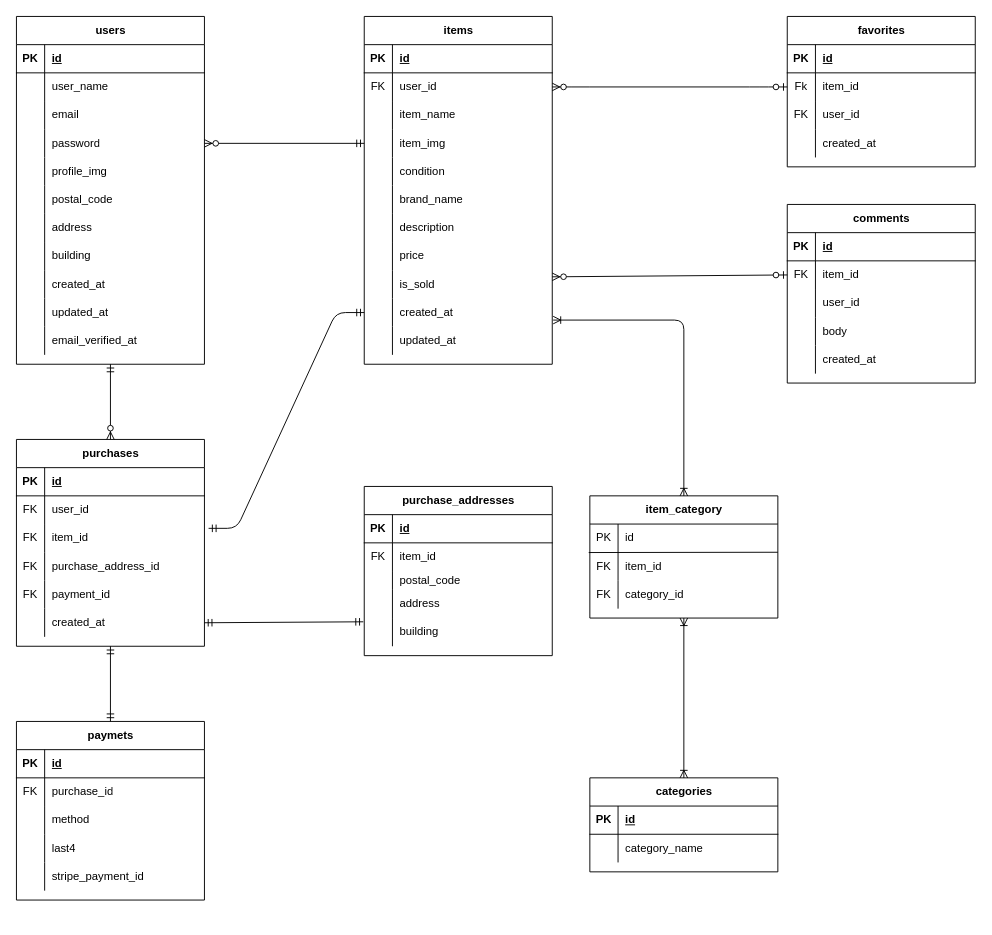
This is flea-market-app.dio from hosokawauso/flea-market-app, a draw.io file, before an edit. Source tidied: cells renumbered, new cells numbered last; positions are measured from the earlier drawing's top-left corner, leaving out a move shared by most shapes. Both pictures are drawn from the tidied source at 94%, with x=0, y=0 at pixel (16, 16).
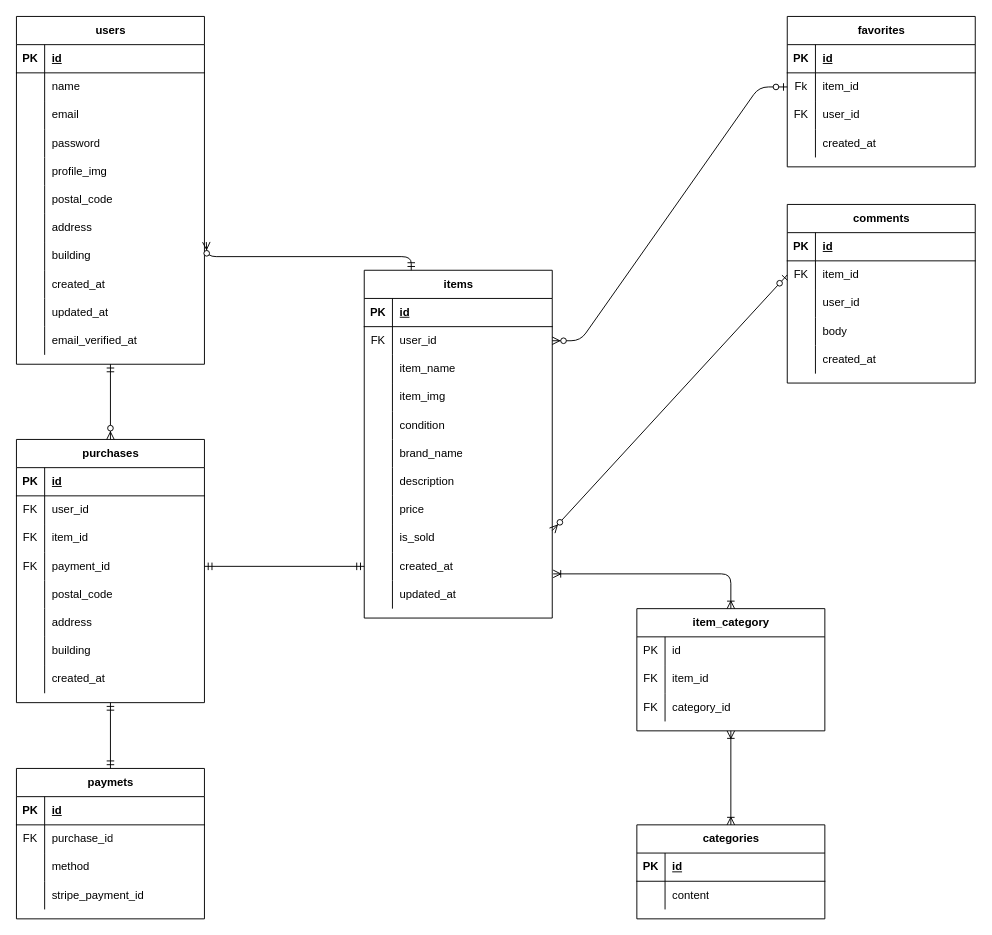
Above is the later version.

The change refers to these unchanged cells:
```xml
<mxCell id="22" style="shape=tableRow;horizontal=0;startSize=0;swimlaneHead=0;swimlaneBody=0;fillColor=none;top=0;left=0;right=0;bottom=0;" parent="18" vertex="1">
  <mxGeometry y="60" width="200" height="30" as="geometry" />
</mxCell>
<mxCell id="29" style="shape=tableRow;horizontal=0;startSize=0;swimlaneHead=0;swimlaneBody=0;fillColor=none;top=0;left=0;right=0;bottom=0;" parent="25" vertex="1">
  <mxGeometry y="60" width="200" height="30" as="geometry" />
</mxCell>
<mxCell id="35" style="shape=tableRow;horizontal=0;startSize=0;swimlaneHead=0;swimlaneBody=0;fillColor=none;points=[[0,0.5],[1,0.5]];portConstraint=eastwest;top=0;left=0;right=0;bottom=0;" parent="25" vertex="1">
  <mxGeometry y="120" width="200" height="30" as="geometry" />
</mxCell>
<mxCell id="108" style="shape=tableRow;horizontal=0;startSize=0;swimlaneHead=0;swimlaneBody=0;fillColor=none;points=[[0,0.5],[1,0.5]];portConstraint=eastwest;top=0;left=0;right=0;bottom=0;" parent="104" vertex="1">
  <mxGeometry y="60" width="200" height="30" as="geometry" />
</mxCell>
<mxCell id="124" style="shape=tableRow;horizontal=0;startSize=0;swimlaneHead=0;swimlaneBody=0;fillColor=none;points=[[0,0.5],[1,0.5]];portConstraint=eastwest;top=0;left=0;right=0;bottom=0;" parent="114" vertex="1">
  <mxGeometry y="120" width="200" height="30" as="geometry" />
</mxCell>
<mxCell id="142" style="shape=tableRow;horizontal=0;startSize=0;swimlaneHead=0;swimlaneBody=0;fillColor=none;points=[[0,0.5],[1,0.5]];portConstraint=eastwest;top=0;left=0;right=0;bottom=0;" parent="114" vertex="1">
  <mxGeometry y="300" width="200" height="30" as="geometry" />
</mxCell>
<mxCell id="155" style="shape=tableRow;horizontal=0;startSize=0;swimlaneHead=0;swimlaneBody=0;fillColor=none;points=[[0,0.5],[1,0.5]];portConstraint=eastwest;top=0;left=0;right=0;bottom=0;" parent="148" vertex="1">
  <mxGeometry y="90" width="200" height="30" as="geometry" />
</mxCell>
```

Diff of the diagram source:
```diff
@@
     <mxCell id="2" value="paymets" style="shape=table;startSize=30;childLayout=tableLayout;rowLines=0;fontStyle=1;align=center;html=1;" parent="1" vertex="1">
-      <mxGeometry y="750" width="200" height="190" as="geometry" />
+      <mxGeometry y="800" width="200" height="160" as="geometry" />
     </mxCell>
@@
-    <mxCell id="12" style="shape=tableRow;horizontal=0;startSize=0;swimlaneHead=0;swimlaneBody=0;fillColor=none;top=0;left=0;right=0;bottom=0;" parent="2" vertex="1">
-      <mxGeometry y="120" width="200" height="30" as="geometry" />
-    </mxCell>
-    <mxCell id="13" style="shape=partialRectangle;fillColor=none;top=0;left=0;bottom=0;right=0;overflow=hidden;whiteSpace=wrap;html=1;" parent="12" vertex="1">
-      <mxGeometry width="30" height="30" as="geometry" />
-    </mxCell>
-    <mxCell id="14" value="last4" style="shape=partialRectangle;fillColor=none;top=0;left=0;bottom=0;right=0;align=left;spacingLeft=6;overflow=hidden;whiteSpace=wrap;html=1;" parent="12" vertex="1">
-      <mxGeometry x="30" width="170" height="30" as="geometry" />
-    </mxCell>
     <mxCell id="15" style="shape=tableRow;horizontal=0;startSize=0;swimlaneHead=0;swimlaneBody=0;fillColor=none;top=0;left=0;right=0;bottom=0;" parent="2" vertex="1">
-      <mxGeometry y="150" width="200" height="30" as="geometry" />
+      <mxGeometry y="120" width="200" height="30" as="geometry" />
     </mxCell>
@@
     <mxCell id="18" value="categories" style="shape=table;startSize=30;childLayout=tableLayout;rowLines=0;fontStyle=1;align=center;html=1;" parent="1" vertex="1">
-      <mxGeometry x="610" y="810" width="200" height="100" as="geometry" />
+      <mxGeometry x="660" y="860" width="200" height="100" as="geometry" />
     </mxCell>
@@
-    <mxCell id="24" value="category_name" style="shape=partialRectangle;fillColor=none;top=0;left=0;bottom=0;right=0;align=left;spacingLeft=6;overflow=hidden;whiteSpace=wrap;html=1;" parent="22" vertex="1">
+    <mxCell id="24" value="content" style="shape=partialRectangle;fillColor=none;top=0;left=0;bottom=0;right=0;align=left;spacingLeft=6;overflow=hidden;whiteSpace=wrap;html=1;" parent="22" vertex="1">
       <mxGeometry x="30" width="170" height="30" as="geometry" />
     </mxCell>
@@
-    <mxCell id="31" value="user_name" style="shape=partialRectangle;fillColor=none;top=0;left=0;bottom=0;right=0;align=left;spacingLeft=6;overflow=hidden;whiteSpace=wrap;html=1;" parent="29" vertex="1">
+    <mxCell id="31" value="name" style="shape=partialRectangle;fillColor=none;top=0;left=0;bottom=0;right=0;align=left;spacingLeft=6;overflow=hidden;whiteSpace=wrap;html=1;" parent="29" vertex="1">
       <mxGeometry x="30" width="170" height="30" as="geometry" />
     </mxCell>
@@
-    <mxCell id="72" value="purchase_addresses" style="shape=table;startSize=30;childLayout=tableLayout;rowLines=0;fontStyle=1;align=center;html=1;" parent="1" vertex="1">
-      <mxGeometry x="370" y="500" width="200" height="180" as="geometry" />
-    </mxCell>
-    <mxCell id="73" style="shape=tableRow;horizontal=0;startSize=0;swimlaneHead=0;swimlaneBody=0;fillColor=none;top=0;left=0;right=0;bottom=1;" parent="72" vertex="1">
-      <mxGeometry y="30" width="200" height="30" as="geometry" />
-    </mxCell>
-    <mxCell id="74" value="PK" style="shape=partialRectangle;fillColor=none;top=0;left=0;bottom=0;right=0;fontStyle=1;overflow=hidden;whiteSpace=wrap;html=1;" parent="73" vertex="1">
-      <mxGeometry width="30" height="30" as="geometry" />
-    </mxCell>
-    <mxCell id="75" value="id" style="shape=partialRectangle;fillColor=none;top=0;left=0;bottom=0;right=0;align=left;spacingLeft=6;fontStyle=5;overflow=hidden;whiteSpace=wrap;html=1;" parent="73" vertex="1">
-      <mxGeometry x="30" width="170" height="30" as="geometry" />
-    </mxCell>
-    <mxCell id="76" style="shape=tableRow;horizontal=0;startSize=0;swimlaneHead=0;swimlaneBody=0;fillColor=none;top=0;left=0;right=0;bottom=0;" parent="72" vertex="1">
-      <mxGeometry y="60" width="200" height="30" as="geometry" />
-    </mxCell>
-    <mxCell id="77" value="FK" style="shape=partialRectangle;fillColor=none;top=0;left=0;bottom=0;right=0;overflow=hidden;whiteSpace=wrap;html=1;" parent="76" vertex="1">
-      <mxGeometry width="30" height="30" as="geometry" />
-    </mxCell>
-    <mxCell id="78" value="item_id" style="shape=partialRectangle;fillColor=none;top=0;left=0;bottom=0;right=0;align=left;spacingLeft=6;overflow=hidden;whiteSpace=wrap;html=1;" parent="76" vertex="1">
-      <mxGeometry x="30" width="170" height="30" as="geometry" />
-    </mxCell>
-    <mxCell id="79" style="shape=tableRow;horizontal=0;startSize=0;swimlaneHead=0;swimlaneBody=0;fillColor=none;top=0;left=0;right=0;bottom=0;" parent="72" vertex="1">
-      <mxGeometry y="90" width="200" height="20" as="geometry" />
-    </mxCell>
-    <mxCell id="80" style="shape=partialRectangle;fillColor=none;top=0;left=0;bottom=0;right=0;overflow=hidden;whiteSpace=wrap;html=1;" parent="79" vertex="1">
-      <mxGeometry width="30" height="20" as="geometry" />
-    </mxCell>
-    <mxCell id="81" value="postal_code" style="shape=partialRectangle;fillColor=none;top=0;left=0;bottom=0;right=0;align=left;spacingLeft=6;overflow=hidden;whiteSpace=wrap;html=1;" parent="79" vertex="1">
-      <mxGeometry x="30" width="170" height="20" as="geometry" />
-    </mxCell>
-    <mxCell id="82" style="shape=tableRow;horizontal=0;startSize=0;swimlaneHead=0;swimlaneBody=0;fillColor=none;top=0;left=0;right=0;bottom=0;" parent="72" vertex="1">
-      <mxGeometry y="110" width="200" height="30" as="geometry" />
-    </mxCell>
-    <mxCell id="83" style="shape=partialRectangle;fillColor=none;top=0;left=0;bottom=0;right=0;overflow=hidden;whiteSpace=wrap;html=1;" parent="82" vertex="1">
-      <mxGeometry width="30" height="30" as="geometry" />
-    </mxCell>
-    <mxCell id="84" value="address" style="shape=partialRectangle;fillColor=none;top=0;left=0;bottom=0;right=0;align=left;spacingLeft=6;overflow=hidden;whiteSpace=wrap;html=1;" parent="82" vertex="1">
-      <mxGeometry x="30" width="170" height="30" as="geometry" />
-    </mxCell>
-    <mxCell id="85" style="shape=tableRow;horizontal=0;startSize=0;swimlaneHead=0;swimlaneBody=0;fillColor=none;points=[[0,0.5],[1,0.5]];portConstraint=eastwest;top=0;left=0;right=0;bottom=0;" parent="72" vertex="1">
-      <mxGeometry y="140" width="200" height="30" as="geometry" />
-    </mxCell>
-    <mxCell id="86" style="shape=partialRectangle;fillColor=none;top=0;left=0;bottom=0;right=0;overflow=hidden;whiteSpace=wrap;html=1;" parent="85" vertex="1">
-      <mxGeometry width="30" height="30" as="geometry" />
-    </mxCell>
-    <mxCell id="87" value="building" style="shape=partialRectangle;fillColor=none;top=0;left=0;bottom=0;right=0;align=left;spacingLeft=6;overflow=hidden;whiteSpace=wrap;html=1;" parent="85" vertex="1">
-      <mxGeometry x="30" width="170" height="30" as="geometry" />
-    </mxCell>
@@
     <mxCell id="104" value="item_category" style="shape=table;startSize=30;childLayout=tableLayout;rowLines=0;fontStyle=1;align=center;html=1;" parent="1" vertex="1">
-      <mxGeometry x="610" y="510" width="200" height="130" as="geometry" />
+      <mxGeometry x="660" y="630" width="200" height="130" as="geometry" />
     </mxCell>
@@
     <mxCell id="114" value="items" style="shape=table;startSize=30;childLayout=tableLayout;rowLines=0;fontStyle=1;align=center;html=1;" parent="1" vertex="1">
-      <mxGeometry x="370" width="200" height="370" as="geometry" />
+      <mxGeometry x="370" y="270" width="200" height="370" as="geometry" />
     </mxCell>
@@
     <mxCell id="148" value="purchases" style="shape=table;startSize=30;childLayout=tableLayout;rowLines=0;fontStyle=1;align=center;html=1;" parent="1" vertex="1">
-      <mxGeometry y="450" width="200" height="220" as="geometry" />
+      <mxGeometry y="450" width="200" height="280" as="geometry" />
     </mxCell>
@@
-    <mxCell id="158" style="shape=tableRow;horizontal=0;startSize=0;swimlaneHead=0;swimlaneBody=0;fillColor=none;top=0;left=0;right=0;bottom=0;" parent="148" vertex="1">
-      <mxGeometry y="120" width="200" height="30" as="geometry" />
-    </mxCell>
-    <mxCell id="159" value="FK" style="shape=partialRectangle;fillColor=none;top=0;left=0;bottom=0;right=0;overflow=hidden;whiteSpace=wrap;html=1;" parent="158" vertex="1">
-      <mxGeometry width="30" height="30" as="geometry" />
-    </mxCell>
-    <mxCell id="160" value="purchase_address_id" style="shape=partialRectangle;fillColor=none;top=0;left=0;bottom=0;right=0;align=left;spacingLeft=6;overflow=hidden;whiteSpace=wrap;html=1;" parent="158" vertex="1">
-      <mxGeometry x="30" width="170" height="30" as="geometry" />
-    </mxCell>
     <mxCell id="161" style="shape=tableRow;horizontal=0;startSize=0;swimlaneHead=0;swimlaneBody=0;fillColor=none;points=[[0,0.5],[1,0.5]];portConstraint=eastwest;top=0;left=0;right=0;bottom=0;" parent="148" vertex="1">
-      <mxGeometry y="150" width="200" height="30" as="geometry" />
+      <mxGeometry y="120" width="200" height="30" as="geometry" />
     </mxCell>
@@
+    <mxCell id="177" style="shape=tableRow;horizontal=0;startSize=0;swimlaneHead=0;swimlaneBody=0;fillColor=none;top=0;left=0;right=0;bottom=0;" parent="148" vertex="1">
+      <mxGeometry y="150" width="200" height="30" as="geometry" />
+    </mxCell>
+    <mxCell id="178" style="shape=partialRectangle;fillColor=none;top=0;left=0;bottom=0;right=0;overflow=hidden;whiteSpace=wrap;html=1;" parent="177" vertex="1">
+      <mxGeometry width="30" height="30" as="geometry" />
+    </mxCell>
+    <mxCell id="81" value="postal_code" style="shape=partialRectangle;fillColor=none;top=0;left=0;bottom=0;right=0;align=left;spacingLeft=6;overflow=hidden;whiteSpace=wrap;html=1;" parent="177" vertex="1">
+      <mxGeometry x="30" width="170" height="30" as="geometry" />
+    </mxCell>
+    <mxCell id="179" style="shape=tableRow;horizontal=0;startSize=0;swimlaneHead=0;swimlaneBody=0;fillColor=none;top=0;left=0;right=0;bottom=0;" parent="148" vertex="1">
+      <mxGeometry y="180" width="200" height="30" as="geometry" />
+    </mxCell>
+    <mxCell id="180" style="shape=partialRectangle;fillColor=none;top=0;left=0;bottom=0;right=0;overflow=hidden;whiteSpace=wrap;html=1;" parent="179" vertex="1">
+      <mxGeometry width="30" height="30" as="geometry" />
+    </mxCell>
+    <mxCell id="84" value="address" style="shape=partialRectangle;fillColor=none;top=0;left=0;bottom=0;right=0;align=left;spacingLeft=6;overflow=hidden;whiteSpace=wrap;html=1;" parent="179" vertex="1">
+      <mxGeometry x="30" width="170" height="30" as="geometry" />
+    </mxCell>
+    <mxCell id="181" style="shape=tableRow;horizontal=0;startSize=0;swimlaneHead=0;swimlaneBody=0;fillColor=none;top=0;left=0;right=0;bottom=0;" parent="148" vertex="1">
+      <mxGeometry y="210" width="200" height="30" as="geometry" />
+    </mxCell>
+    <mxCell id="182" style="shape=partialRectangle;fillColor=none;top=0;left=0;bottom=0;right=0;overflow=hidden;whiteSpace=wrap;html=1;" parent="181" vertex="1">
+      <mxGeometry width="30" height="30" as="geometry" />
+    </mxCell>
+    <mxCell id="87" value="building" style="shape=partialRectangle;fillColor=none;top=0;left=0;bottom=0;right=0;align=left;spacingLeft=6;overflow=hidden;whiteSpace=wrap;html=1;" parent="181" vertex="1">
+      <mxGeometry x="30" width="170" height="30" as="geometry" />
+    </mxCell>
     <mxCell id="164" style="shape=tableRow;horizontal=0;startSize=0;swimlaneHead=0;swimlaneBody=0;fillColor=none;points=[[0,0.5],[1,0.5]];portConstraint=eastwest;top=0;left=0;right=0;bottom=0;" parent="148" vertex="1">
-      <mxGeometry y="180" width="200" height="30" as="geometry" />
+      <mxGeometry y="240" width="200" height="30" as="geometry" />
     </mxCell>
@@
-    <mxCell id="169" style="edgeStyle=entityRelationEdgeStyle;fontSize=12;html=1;endArrow=ERmandOne;startArrow=ERmandOne;entryX=0;entryY=0.5;entryDx=0;entryDy=0;exitX=1.022;exitY=0.152;exitDx=0;exitDy=0;exitPerimeter=0;" parent="1" edge="1" source="155" target="142">
+    <mxCell id="169" style="fontSize=12;html=1;endArrow=ERmandOne;startArrow=ERmandOne;entryX=0;entryY=0.5;entryDx=0;entryDy=0;exitX=1;exitY=0.5;exitDx=0;exitDy=0;" parent="1" edge="1" source="161" target="142">
       <mxGeometry relative="1" as="geometry" />
     </mxCell>
-    <mxCell id="170" style="fontSize=12;html=1;endArrow=ERzeroToMany;startArrow=ERmandOne;entryX=1;entryY=0.5;entryDx=0;entryDy=0;exitX=0;exitY=0.5;exitDx=0;exitDy=0;" parent="1" edge="1" source="124" target="35">
-      <mxGeometry relative="1" as="geometry" />
+    <mxCell id="170" style="fontSize=12;html=1;endArrow=ERzeroToMany;startArrow=ERmandOne;entryX=1.01;entryY=0.267;entryDx=0;entryDy=0;exitX=0.25;exitY=0;exitDx=0;exitDy=0;entryPerimeter=0;edgeStyle=orthogonalEdgeStyle;" parent="1" edge="1" source="114">
+      <mxGeometry relative="1" as="geometry">
+        <mxPoint x="202" y="240" as="targetPoint" />
+      </mxGeometry>
     </mxCell>
@@
-    <mxCell id="174" style="endArrow=none;html=1;rounded=0;exitX=-0.006;exitY=0.01;exitDx=0;exitDy=0;exitPerimeter=0;" parent="1" edge="1" source="108">
-      <mxGeometry relative="1" as="geometry">
-        <mxPoint x="810" y="570" as="targetPoint" />
-      </mxGeometry>
-    </mxCell>
-    <mxCell id="175" style="fontSize=12;html=1;endArrow=ERmandOne;startArrow=ERmandOne;exitX=1;exitY=0.5;exitDx=0;exitDy=0;entryX=-0.005;entryY=0.133;entryDx=0;entryDy=0;entryPerimeter=0;" parent="1" edge="1" source="164" target="85">
-      <mxGeometry relative="1" as="geometry" />
-    </mxCell>
```
